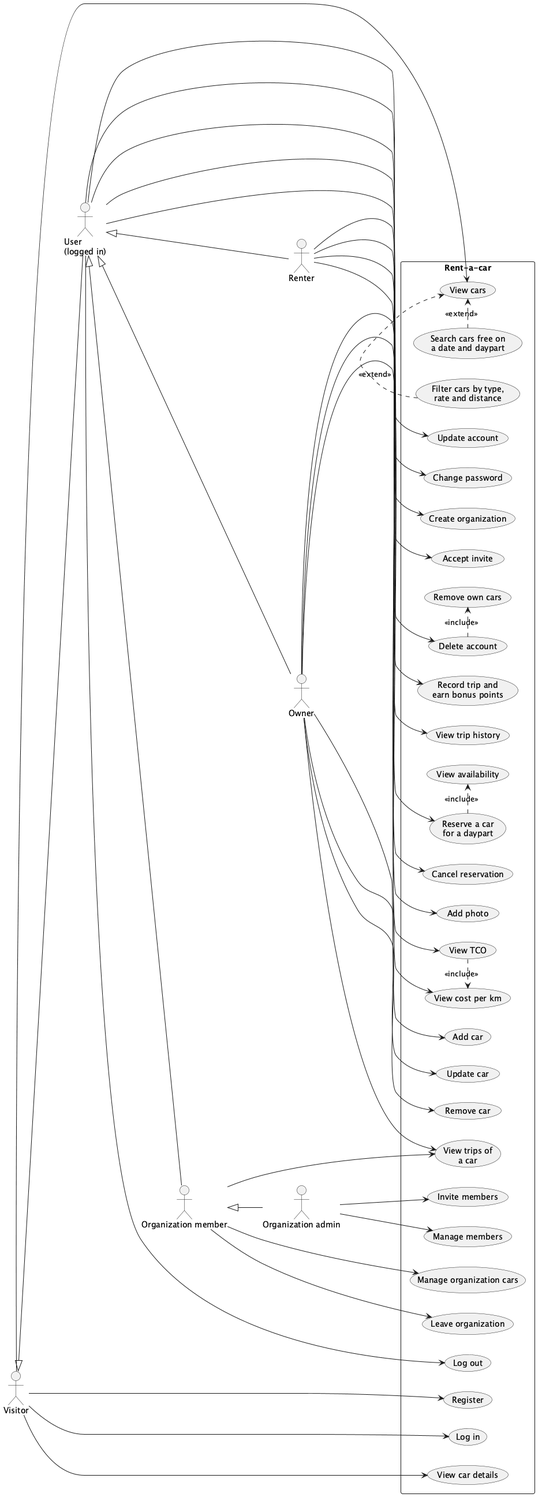
The PlantUML diagram docs/diagrams/use-cases.png in Rent-a-car-38291/rent-a-car, before a commit.
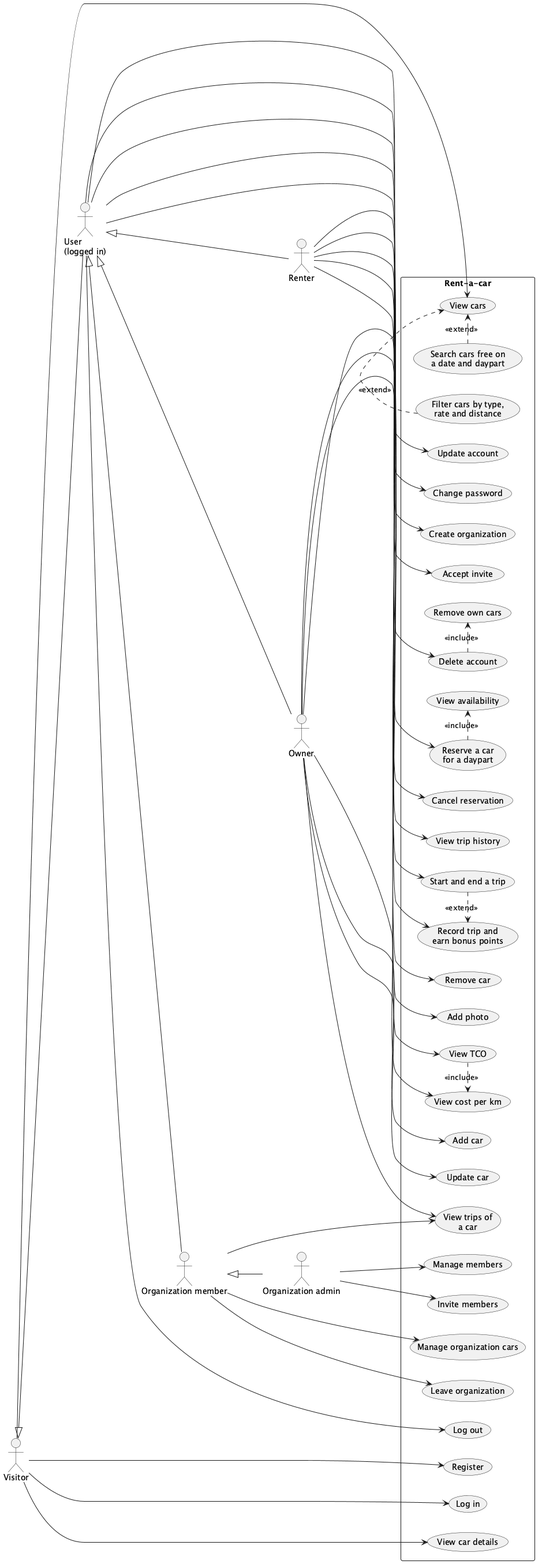
The same file after the commit.

Diff of the diagram source:
```diff
@@ -33,6 +33,7 @@
   usecase "View availability" as UC_Availability
   usecase "Cancel reservation" as UC_Cancel
   usecase "Record trip and\nearn bonus points" as UC_Trip
+  usecase "Start and end a trip" as UC_StartEnd
   usecase "View trip history" as UC_TripHistory
   usecase "View trips of\na car" as UC_CarTrips
 
@@ -68,6 +69,8 @@
 Renter --> UC_Reserve
 Renter --> UC_Cancel
 Renter --> UC_Trip
+Renter --> UC_StartEnd
+UC_StartEnd .> UC_Trip : <<extend>>
 Renter --> UC_TripHistory
 UC_Reserve .> UC_Availability : <<include>>
 
```
